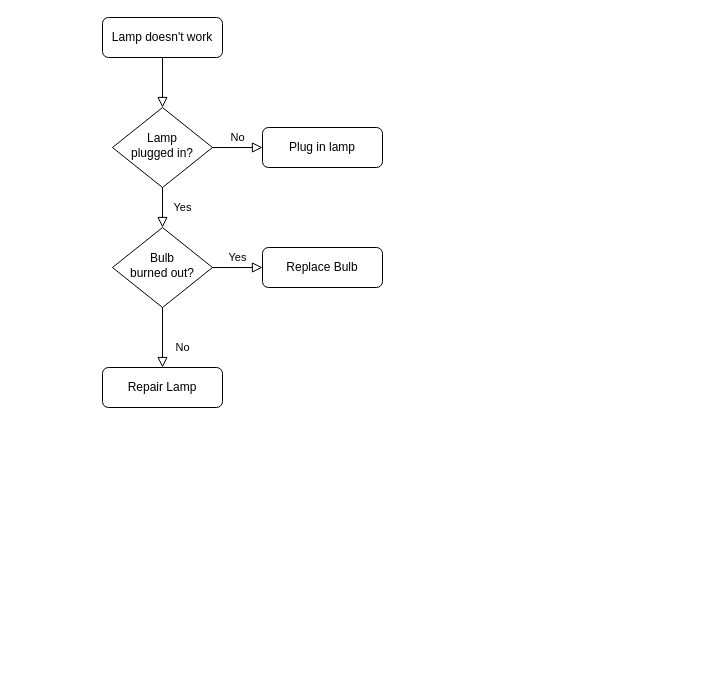
Before: FlowChart.drawio in jhunnoll/MyNewApp, a draw.io diagram. Source tidied: cells renumbered, new cells numbered last; positions are measured from the earlier drawing's top-left corner, leaving out a move shared by most shapes. Both pictures are drawn from the tidied source at 100%, with x=0, y=0 at pixel (102, 17).
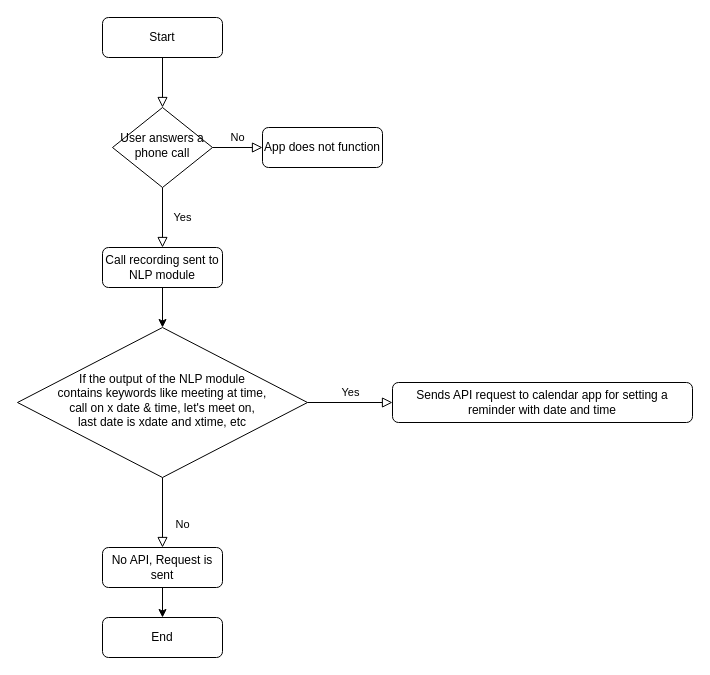
Above is the later version.

The edit, as a diff of the source:
```diff
@@
 <mxGraphModel>
   <root>
     <mxCell id="0" />
     <mxCell id="1" parent="0" />
     <mxCell id="2" style="rounded=0;html=1;jettySize=auto;fontSize=11;endArrow=block;endFill=0;endSize=8;strokeWidth=1;shadow=0;labelBackgroundColor=none;edgeStyle=orthogonalEdgeStyle;" parent="1" edge="1" source="3" target="6">
       <mxGeometry relative="1" as="geometry" />
     </mxCell>
-    <mxCell id="3" value="Lamp doesn't work" style="rounded=1;whiteSpace=wrap;html=1;fontSize=12;glass=0;strokeWidth=1;shadow=0;" parent="1" vertex="1">
+    <mxCell id="3" value="Start" style="rounded=1;whiteSpace=wrap;html=1;fontSize=12;glass=0;strokeWidth=1;shadow=0;" parent="1" vertex="1">
       <mxGeometry width="120" height="40" as="geometry" />
     </mxCell>
-    <mxCell id="4" value="Yes" style="rounded=0;html=1;jettySize=auto;fontSize=11;endArrow=block;endFill=0;endSize=8;strokeWidth=1;shadow=0;labelBackgroundColor=none;edgeStyle=orthogonalEdgeStyle;" parent="1" edge="1" source="6" target="10">
+    <mxCell id="4" value="Yes" style="rounded=0;html=1;jettySize=auto;fontSize=11;endArrow=block;endFill=0;endSize=8;strokeWidth=1;shadow=0;labelBackgroundColor=none;edgeStyle=orthogonalEdgeStyle;entryX=0.5;entryY=0;entryDx=0;entryDy=0;" parent="1" edge="1" source="6" target="15">
       <mxGeometry y="20" relative="1" as="geometry" />
     </mxCell>
     <mxCell id="5" value="No" style="edgeStyle=orthogonalEdgeStyle;rounded=0;html=1;jettySize=auto;fontSize=11;endArrow=block;endFill=0;endSize=8;strokeWidth=1;shadow=0;labelBackgroundColor=none;" parent="1" edge="1" source="6" target="7">
       <mxGeometry y="10" relative="1" as="geometry" />
     </mxCell>
-    <mxCell id="6" value="Lamp&lt;br&gt;plugged in?" style="rhombus;whiteSpace=wrap;html=1;shadow=0;fontFamily=Helvetica;fontSize=12;align=center;strokeWidth=1;spacing=6;spacingTop=-4;" parent="1" vertex="1">
+    <mxCell id="6" value="User answers a phone call" style="rhombus;whiteSpace=wrap;html=1;shadow=0;fontFamily=Helvetica;fontSize=12;align=center;strokeWidth=1;spacing=6;spacingTop=-4;" parent="1" vertex="1">
       <mxGeometry x="10" y="90" width="100" height="80" as="geometry" />
     </mxCell>
-    <mxCell id="7" value="Plug in lamp" style="rounded=1;whiteSpace=wrap;html=1;fontSize=12;glass=0;strokeWidth=1;shadow=0;" parent="1" vertex="1">
+    <mxCell id="7" value="App does not function" style="rounded=1;whiteSpace=wrap;html=1;fontSize=12;glass=0;strokeWidth=1;shadow=0;" parent="1" vertex="1">
       <mxGeometry x="160" y="110" width="120" height="40" as="geometry" />
     </mxCell>
     <mxCell id="8" value="No" style="rounded=0;html=1;jettySize=auto;fontSize=11;endArrow=block;endFill=0;endSize=8;strokeWidth=1;shadow=0;labelBackgroundColor=none;edgeStyle=orthogonalEdgeStyle;" parent="1" edge="1" source="10" target="11">
       <mxGeometry x="0.33" y="20" relative="1" as="geometry" />
     </mxCell>
     <mxCell id="9" value="Yes" style="edgeStyle=orthogonalEdgeStyle;rounded=0;html=1;jettySize=auto;fontSize=11;endArrow=block;endFill=0;endSize=8;strokeWidth=1;shadow=0;labelBackgroundColor=none;" parent="1" edge="1" source="10" target="12">
       <mxGeometry y="10" relative="1" as="geometry" />
     </mxCell>
-    <mxCell id="10" value="Bulb&lt;br&gt;burned out?" style="rhombus;whiteSpace=wrap;html=1;shadow=0;fontFamily=Helvetica;fontSize=12;align=center;strokeWidth=1;spacing=6;spacingTop=-4;" parent="1" vertex="1">
-      <mxGeometry x="10" y="210" width="100" height="80" as="geometry" />
+    <mxCell id="10" value="If the output of the NLP module &lt;br&gt;contains keywords like meeting at time, &lt;br&gt;call on x date &amp;amp; time, let's meet on, &lt;br&gt;last date is xdate and xtime, etc" style="rhombus;whiteSpace=wrap;html=1;shadow=0;fontFamily=Helvetica;fontSize=12;align=center;strokeWidth=1;spacing=6;spacingTop=-4;" parent="1" vertex="1">
+      <mxGeometry x="-85" y="310" width="290" height="150" as="geometry" />
     </mxCell>
+    <mxCell id="13" style="edgeStyle=orthogonalEdgeStyle;rounded=0;jettySize=auto;html=1;entryX=0.5;entryY=0;entryDx=0;entryDy=0;" parent="1" edge="1" source="11" target="16">
+      <mxGeometry relative="1" as="geometry" />
+    </mxCell>
-    <mxCell id="11" value="Repair Lamp" style="rounded=1;whiteSpace=wrap;html=1;fontSize=12;glass=0;strokeWidth=1;shadow=0;" parent="1" vertex="1">
-      <mxGeometry y="350" width="120" height="40" as="geometry" />
+    <mxCell id="11" value="No API, Request is sent" style="rounded=1;whiteSpace=wrap;html=1;fontSize=12;glass=0;strokeWidth=1;shadow=0;" parent="1" vertex="1">
+      <mxGeometry y="530" width="120" height="40" as="geometry" />
     </mxCell>
-    <mxCell id="12" value="Replace Bulb" style="rounded=1;whiteSpace=wrap;html=1;fontSize=12;glass=0;strokeWidth=1;shadow=0;" parent="1" vertex="1">
-      <mxGeometry x="160" y="230" width="120" height="40" as="geometry" />
+    <mxCell id="12" value="Sends API request to calendar app for setting a reminder with date and time" style="rounded=1;whiteSpace=wrap;html=1;fontSize=12;glass=0;strokeWidth=1;shadow=0;" parent="1" vertex="1">
+      <mxGeometry x="290" y="365" width="300" height="40" as="geometry" />
     </mxCell>
+    <mxCell id="14" style="edgeStyle=orthogonalEdgeStyle;rounded=0;jettySize=auto;html=1;entryX=0.5;entryY=0;entryDx=0;entryDy=0;" parent="1" edge="1" source="15" target="10">
+      <mxGeometry relative="1" as="geometry" />
+    </mxCell>
+    <mxCell id="15" value="Call recording sent to NLP module" style="rounded=1;whiteSpace=wrap;html=1;fontSize=12;glass=0;strokeWidth=1;shadow=0;" parent="1" vertex="1">
+      <mxGeometry y="230" width="120" height="40" as="geometry" />
+    </mxCell>
+    <mxCell id="16" value="End" style="rounded=1;whiteSpace=wrap;html=1;fontSize=12;glass=0;strokeWidth=1;shadow=0;" parent="1" vertex="1">
+      <mxGeometry y="600" width="120" height="40" as="geometry" />
+    </mxCell>
   </root>
 </mxGraphModel>
```
